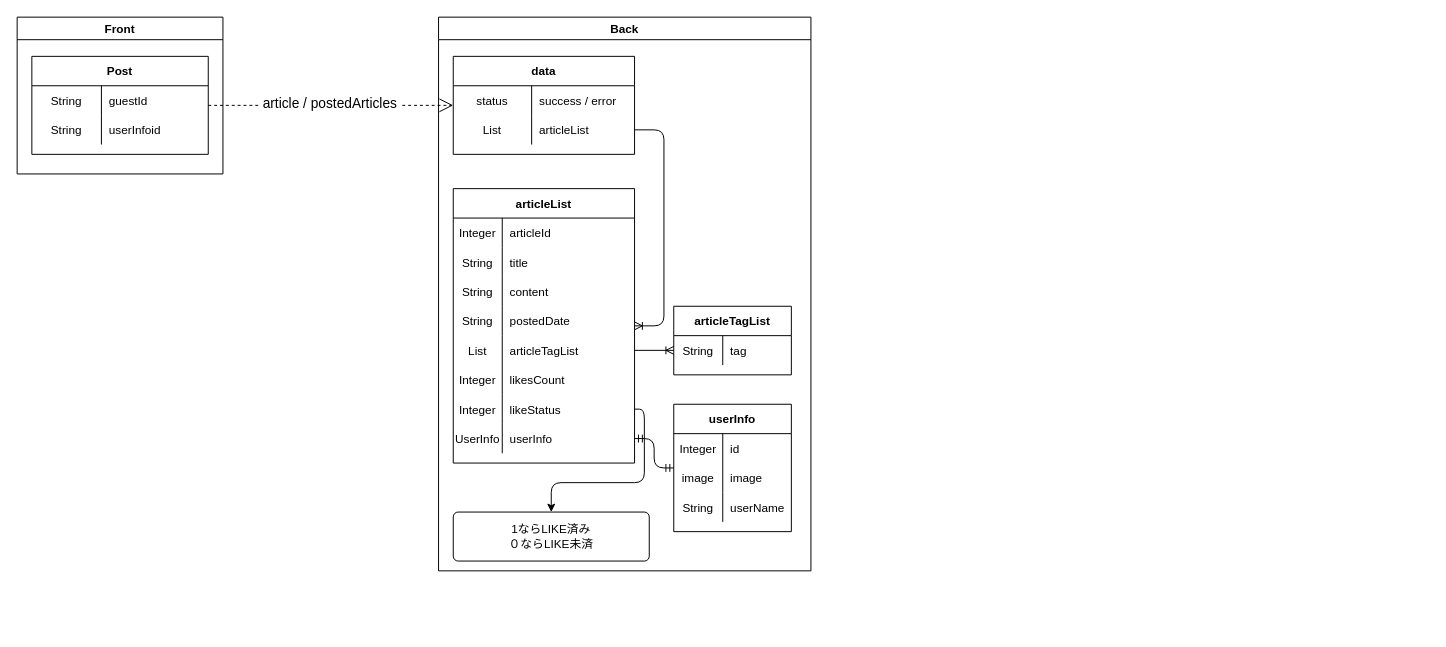
The draw.io diagram page "[表示]いいね記事一覧" (4 of 20) of Designs/基本設計.drawio in yusuke-rakus/Qiish, before the edit. Source tidied: cells renumbered, new cells numbered last; positions are measured from the earlier drawing's top-left corner, leaving out a move shared by most shapes. Both pictures are drawn from the tidied source at 98%, with x=0, y=0 at pixel (17, 17).
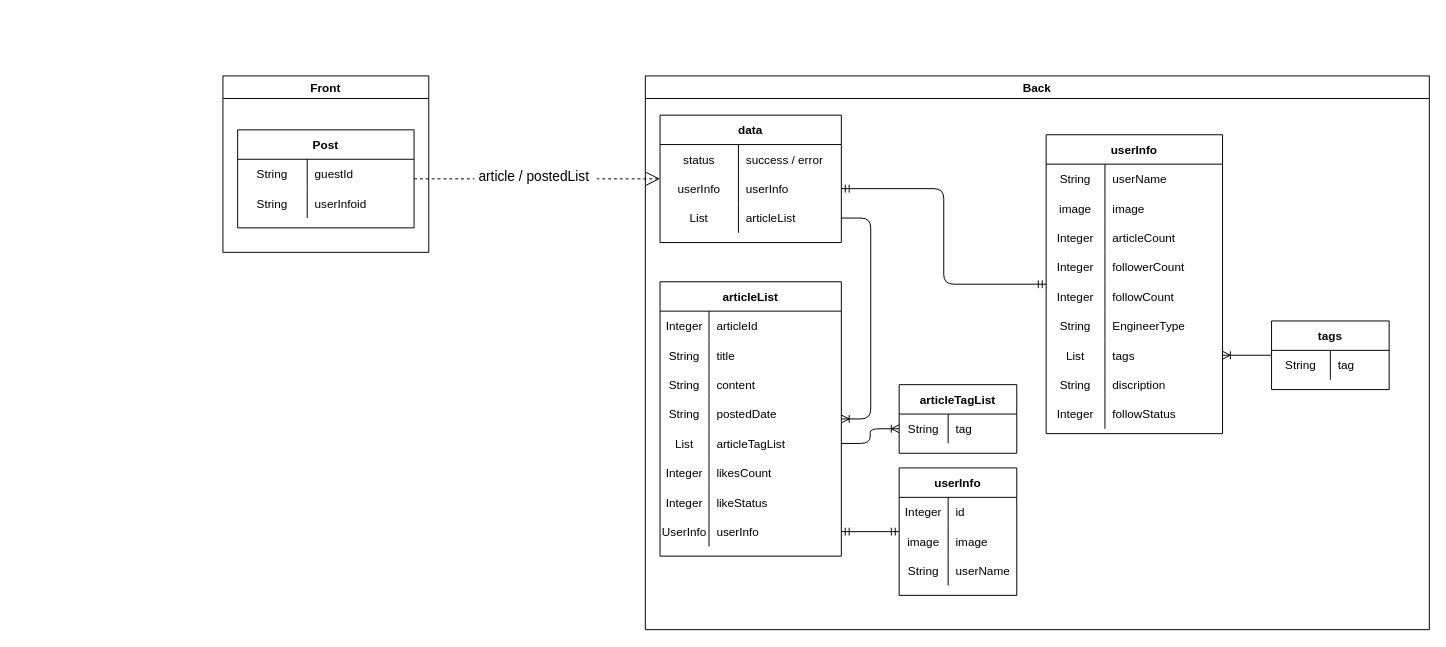
The same page after the edit.

The change refers to these unchanged cells:
```xml
<mxCell id="29" style="shape=partialRectangle;fillColor=none;top=0;left=0;bottom=0;right=0;points=[[0,0.5],[1,0.5]];portConstraint=eastwest;" parent="10" vertex="1">
  <mxGeometry y="210" width="185" height="30" as="geometry" />
</mxCell>
<mxCell id="54" style="endArrow=open;endSize=12;dashed=1;html=1;" parent="1" edge="1" source="57" target="3">
  <mxGeometry relative="1" as="geometry" />
</mxCell>
```

Diff of the diagram source:
```diff
@@
     <mxCell id="2" value="Back" style="swimlane;" parent="1" vertex="1">
-      <mxGeometry x="430" width="380" height="565" as="geometry" />
+      <mxGeometry x="641" y="60" width="800" height="565" as="geometry" />
     </mxCell>
     <mxCell id="3" value="data" style="shape=table;startSize=30;childLayout=tableLayout;rowLines=0;fontStyle=1;align=center;" parent="2" vertex="1">
-      <mxGeometry x="15" y="40" width="185" height="100" as="geometry" />
+      <mxGeometry x="15" y="40" width="185" height="130" as="geometry" />
     </mxCell>
@@
+    <mxCell id="64" style="shape=partialRectangle;fillColor=none;top=0;left=0;bottom=0;right=0;points=[[0,0.5],[1,0.5]];portConstraint=eastwest;" parent="3" vertex="1">
+      <mxGeometry y="60" width="185" height="30" as="geometry" />
+    </mxCell>
+    <mxCell id="65" value="userInfo" style="shape=partialRectangle;fillColor=none;top=0;left=0;bottom=0;right=0;fontStyle=0;overflow=hidden;" parent="64" vertex="1">
+      <mxGeometry width="80" height="30" as="geometry" />
+    </mxCell>
+    <mxCell id="66" value="userInfo" style="shape=partialRectangle;fillColor=none;top=0;left=0;bottom=0;right=0;align=left;spacingLeft=6;fontStyle=0;overflow=hidden;" parent="64" vertex="1">
+      <mxGeometry x="80" width="105" height="30" as="geometry" />
+    </mxCell>
     <mxCell id="7" style="shape=partialRectangle;fillColor=none;top=0;left=0;bottom=0;right=0;points=[[0,0.5],[1,0.5]];portConstraint=eastwest;" parent="3" vertex="1">
-      <mxGeometry y="60" width="185" height="30" as="geometry" />
+      <mxGeometry y="90" width="185" height="30" as="geometry" />
     </mxCell>
@@
     <mxCell id="10" value="articleList" style="shape=table;startSize=30;childLayout=tableLayout;rowLines=0;fontStyle=1;align=center;" parent="2" vertex="1">
-      <mxGeometry x="15" y="175" width="185" height="280" as="geometry" />
+      <mxGeometry x="15" y="210" width="185" height="280" as="geometry" />
     </mxCell>
@@
     <mxCell id="35" value="articleTagList" style="shape=table;startSize=30;childLayout=tableLayout;rowLines=0;fontStyle=1;align=center;" parent="2" vertex="1">
-      <mxGeometry x="240" y="295" width="120" height="70" as="geometry" />
+      <mxGeometry x="259" y="315" width="120" height="70" as="geometry" />
     </mxCell>
@@
-    <mxCell id="41" value="1ならLIKE済み&lt;br&gt;０ならLIKE未済" style="rounded=1;arcSize=10;whiteSpace=wrap;html=1;align=center;" parent="2" vertex="1">
-      <mxGeometry x="15" y="505" width="200" height="50" as="geometry" />
-    </mxCell>
-    <mxCell id="42" style="edgeStyle=orthogonalEdgeStyle;html=1;exitX=1;exitY=0.5;exitDx=0;exitDy=0;" parent="2" edge="1" source="29" target="41">
-      <mxGeometry relative="1" as="geometry">
-        <Array as="points">
-          <mxPoint x="210" y="400" />
-          <mxPoint x="210" y="475" />
-          <mxPoint x="115" y="475" />
-        </Array>
-      </mxGeometry>
-    </mxCell>
     <mxCell id="43" value="userInfo" style="shape=table;startSize=30;childLayout=tableLayout;rowLines=0;fontStyle=1;align=center;" parent="2" vertex="1">
-      <mxGeometry x="240" y="395" width="120" height="130" as="geometry" />
+      <mxGeometry x="259" y="400" width="120" height="130" as="geometry" />
     </mxCell>
@@
+    <mxCell id="67" value="userInfo" style="shape=table;startSize=30;childLayout=tableLayout;rowLines=0;fontStyle=1;align=center;" parent="2" vertex="1">
+      <mxGeometry x="409" y="60" width="180" height="305" as="geometry" />
+    </mxCell>
+    <mxCell id="68" style="shape=partialRectangle;fillColor=none;top=0;left=0;bottom=0;right=0;" parent="67" vertex="1">
+      <mxGeometry y="30" width="180" height="30" as="geometry" />
+    </mxCell>
+    <mxCell id="69" value="String" style="shape=partialRectangle;fillColor=none;top=0;left=0;bottom=0;right=0;overflow=hidden;" parent="68" vertex="1">
+      <mxGeometry width="60" height="30" as="geometry" />
+    </mxCell>
+    <mxCell id="70" value="userName" style="shape=partialRectangle;fillColor=none;top=0;left=0;bottom=0;right=0;align=left;spacingLeft=6;overflow=hidden;" parent="68" vertex="1">
+      <mxGeometry x="60" width="120" height="30" as="geometry" />
+    </mxCell>
+    <mxCell id="71" style="shape=partialRectangle;fillColor=none;top=0;left=0;bottom=0;right=0;" parent="67" vertex="1">
+      <mxGeometry y="60" width="180" height="30" as="geometry" />
+    </mxCell>
+    <mxCell id="72" value="image" style="shape=partialRectangle;fillColor=none;top=0;left=0;bottom=0;right=0;overflow=hidden;" parent="71" vertex="1">
+      <mxGeometry width="60" height="30" as="geometry" />
+    </mxCell>
+    <mxCell id="73" value="image" style="shape=partialRectangle;fillColor=none;top=0;left=0;bottom=0;right=0;align=left;spacingLeft=6;overflow=hidden;" parent="71" vertex="1">
+      <mxGeometry x="60" width="120" height="30" as="geometry" />
+    </mxCell>
+    <mxCell id="74" style="shape=partialRectangle;fillColor=none;top=0;left=0;bottom=0;right=0;" parent="67" vertex="1">
+      <mxGeometry y="90" width="180" height="30" as="geometry" />
+    </mxCell>
+    <mxCell id="75" value="Integer" style="shape=partialRectangle;fillColor=none;top=0;left=0;bottom=0;right=0;overflow=hidden;" parent="74" vertex="1">
+      <mxGeometry width="60" height="30" as="geometry" />
+    </mxCell>
+    <mxCell id="76" value="articleCount" style="shape=partialRectangle;fillColor=none;top=0;left=0;bottom=0;right=0;align=left;spacingLeft=6;overflow=hidden;" parent="74" vertex="1">
+      <mxGeometry x="60" width="120" height="30" as="geometry" />
+    </mxCell>
+    <mxCell id="77" style="shape=partialRectangle;fillColor=none;top=0;left=0;bottom=0;right=0;" parent="67" vertex="1">
+      <mxGeometry y="120" width="180" height="30" as="geometry" />
+    </mxCell>
+    <mxCell id="78" value="Integer" style="shape=partialRectangle;fillColor=none;top=0;left=0;bottom=0;right=0;overflow=hidden;" parent="77" vertex="1">
+      <mxGeometry width="60" height="30" as="geometry" />
+    </mxCell>
+    <mxCell id="79" value="followerCount" style="shape=partialRectangle;fillColor=none;top=0;left=0;bottom=0;right=0;align=left;spacingLeft=6;overflow=hidden;" parent="77" vertex="1">
+      <mxGeometry x="60" width="120" height="30" as="geometry" />
+    </mxCell>
+    <mxCell id="80" style="shape=partialRectangle;fillColor=none;top=0;left=0;bottom=0;right=0;" parent="67" vertex="1">
+      <mxGeometry y="150" width="180" height="30" as="geometry" />
+    </mxCell>
+    <mxCell id="81" value="Integer" style="shape=partialRectangle;fillColor=none;top=0;left=0;bottom=0;right=0;overflow=hidden;" parent="80" vertex="1">
+      <mxGeometry width="60" height="30" as="geometry" />
+    </mxCell>
+    <mxCell id="82" value="followCount" style="shape=partialRectangle;fillColor=none;top=0;left=0;bottom=0;right=0;align=left;spacingLeft=6;overflow=hidden;" parent="80" vertex="1">
+      <mxGeometry x="60" width="120" height="30" as="geometry" />
+    </mxCell>
+    <mxCell id="83" style="shape=partialRectangle;fillColor=none;top=0;left=0;bottom=0;right=0;" parent="67" vertex="1">
+      <mxGeometry y="180" width="180" height="30" as="geometry" />
+    </mxCell>
+    <mxCell id="84" value="String" style="shape=partialRectangle;fillColor=none;top=0;left=0;bottom=0;right=0;overflow=hidden;" parent="83" vertex="1">
+      <mxGeometry width="60" height="30" as="geometry" />
+    </mxCell>
+    <mxCell id="85" value="EngineerType" style="shape=partialRectangle;fillColor=none;top=0;left=0;bottom=0;right=0;align=left;spacingLeft=6;overflow=hidden;" parent="83" vertex="1">
+      <mxGeometry x="60" width="120" height="30" as="geometry" />
+    </mxCell>
+    <mxCell id="86" style="shape=partialRectangle;fillColor=none;top=0;left=0;bottom=0;right=0;points=[[0,0.5],[1,0.5]];portConstraint=eastwest;" parent="67" vertex="1">
+      <mxGeometry y="210" width="180" height="30" as="geometry" />
+    </mxCell>
+    <mxCell id="87" value="List" style="shape=partialRectangle;fillColor=none;top=0;left=0;bottom=0;right=0;overflow=hidden;" parent="86" vertex="1">
+      <mxGeometry width="60" height="30" as="geometry" />
+    </mxCell>
+    <mxCell id="88" value="tags" style="shape=partialRectangle;fillColor=none;top=0;left=0;bottom=0;right=0;align=left;spacingLeft=6;overflow=hidden;" parent="86" vertex="1">
+      <mxGeometry x="60" width="120" height="30" as="geometry" />
+    </mxCell>
+    <mxCell id="89" style="shape=partialRectangle;fillColor=none;top=0;left=0;bottom=0;right=0;" parent="67" vertex="1">
+      <mxGeometry y="240" width="180" height="30" as="geometry" />
+    </mxCell>
+    <mxCell id="90" value="String" style="shape=partialRectangle;fillColor=none;top=0;left=0;bottom=0;right=0;overflow=hidden;" parent="89" vertex="1">
+      <mxGeometry width="60" height="30" as="geometry" />
+    </mxCell>
+    <mxCell id="91" value="discription" style="shape=partialRectangle;fillColor=none;top=0;left=0;bottom=0;right=0;align=left;spacingLeft=6;overflow=hidden;" parent="89" vertex="1">
+      <mxGeometry x="60" width="120" height="30" as="geometry" />
+    </mxCell>
+    <mxCell id="92" style="shape=partialRectangle;fillColor=none;top=0;left=0;bottom=0;right=0;" parent="67" vertex="1">
+      <mxGeometry y="270" width="180" height="30" as="geometry" />
+    </mxCell>
+    <mxCell id="93" value="Integer" style="shape=partialRectangle;fillColor=none;top=0;left=0;bottom=0;right=0;overflow=hidden;" parent="92" vertex="1">
+      <mxGeometry width="60" height="30" as="geometry" />
+    </mxCell>
+    <mxCell id="94" value="followStatus" style="shape=partialRectangle;fillColor=none;top=0;left=0;bottom=0;right=0;align=left;spacingLeft=6;overflow=hidden;" parent="92" vertex="1">
+      <mxGeometry x="60" width="120" height="30" as="geometry" />
+    </mxCell>
+    <mxCell id="95" style="edgeStyle=orthogonalEdgeStyle;fontSize=12;html=1;endArrow=ERmandOne;startArrow=ERmandOne;" parent="2" edge="1" source="64" target="67">
+      <mxGeometry relative="1" as="geometry" />
+    </mxCell>
+    <mxCell id="96" value="tags" style="shape=table;startSize=30;childLayout=tableLayout;rowLines=0;fontStyle=1;align=center;" parent="2" vertex="1">
+      <mxGeometry x="639" y="250" width="120" height="70" as="geometry" />
+    </mxCell>
+    <mxCell id="97" style="shape=partialRectangle;fillColor=none;top=0;left=0;bottom=0;right=0;" parent="96" vertex="1">
+      <mxGeometry y="30" width="120" height="30" as="geometry" />
+    </mxCell>
+    <mxCell id="98" value="String" style="shape=partialRectangle;fillColor=none;top=0;left=0;bottom=0;right=0;overflow=hidden;" parent="97" vertex="1">
+      <mxGeometry width="60" height="30" as="geometry" />
+    </mxCell>
+    <mxCell id="99" value="tag" style="shape=partialRectangle;fillColor=none;top=0;left=0;bottom=0;right=0;align=left;spacingLeft=6;overflow=hidden;" parent="97" vertex="1">
+      <mxGeometry x="60" width="60" height="30" as="geometry" />
+    </mxCell>
+    <mxCell id="100" style="fontSize=12;html=1;endArrow=ERoneToMany;" parent="2" edge="1" source="96" target="86">
+      <mxGeometry relative="1" as="geometry" />
+    </mxCell>
@@
-    <mxCell id="55" value="&amp;nbsp;article&amp;nbsp;/ postedArticles&amp;nbsp;" style="edgeLabel;html=1;align=center;verticalAlign=middle;fontSize=14;" parent="54" vertex="1">
+    <mxCell id="55" value="&amp;nbsp;article&amp;nbsp;/ postedList&amp;nbsp;&amp;nbsp;" style="edgeLabel;html=1;align=center;verticalAlign=middle;fontSize=14;" parent="54" vertex="1">
       <mxGeometry x="-0.02" y="3" relative="1" as="geometry" />
     </mxCell>
     <mxCell id="56" value="Front" style="swimlane;" parent="1" vertex="1">
-      <mxGeometry width="210" height="160" as="geometry" />
+      <mxGeometry x="210" y="60" width="210" height="180" as="geometry" />
     </mxCell>
     <mxCell id="57" value="Post" style="shape=table;startSize=30;childLayout=tableLayout;rowLines=0;fontStyle=1;align=center;" parent="56" vertex="1">
-      <mxGeometry x="15" y="40" width="180" height="100" as="geometry" />
+      <mxGeometry x="15" y="55" width="180" height="100" as="geometry" />
     </mxCell>
```
